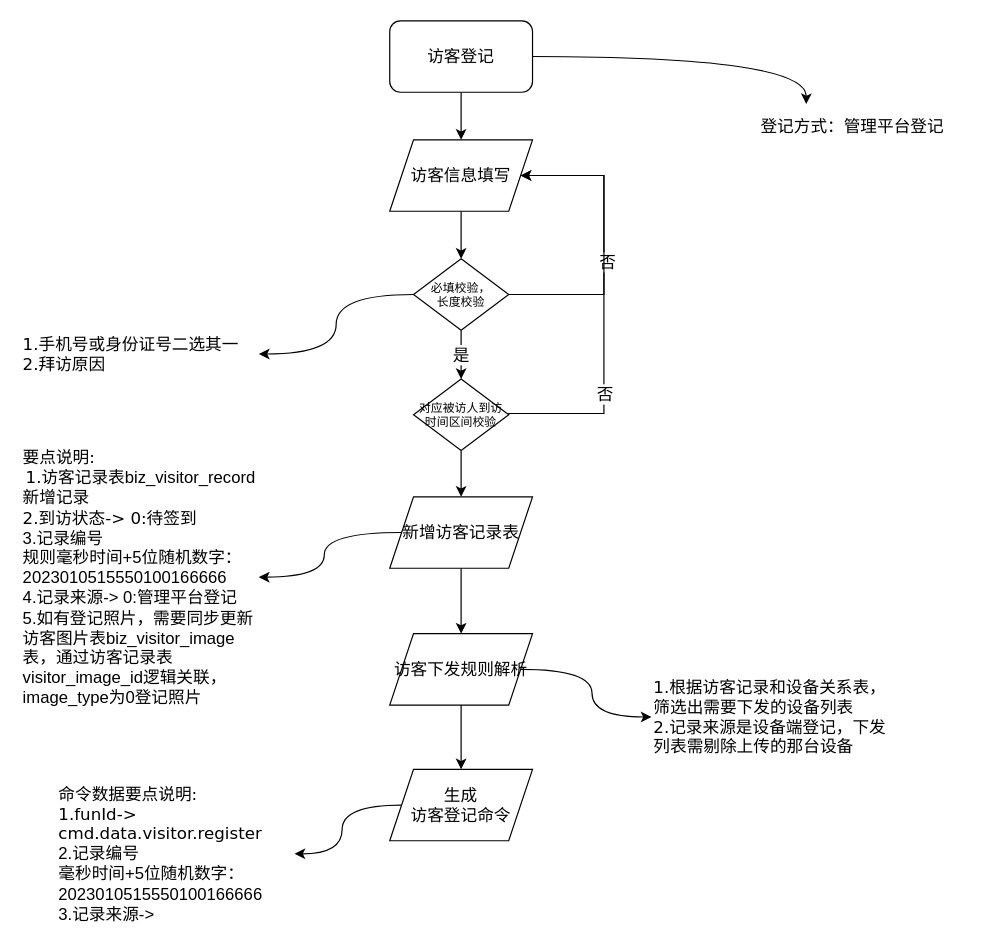
chwnjianhui/draw.io keeps this draw.io diagram as page "访客登记细化-管理平台登记" (3 of 13) of 访客功能-线下平台和设备交互流程.drawio. Above is the earlier version. Source tidied: cells renumbered, new cells numbered last; positions are measured from the earlier drawing's top-left corner, leaving out a move shared by most shapes. Both pictures are drawn from the tidied source at 119%, with x=0, y=0 at pixel (20, 20).
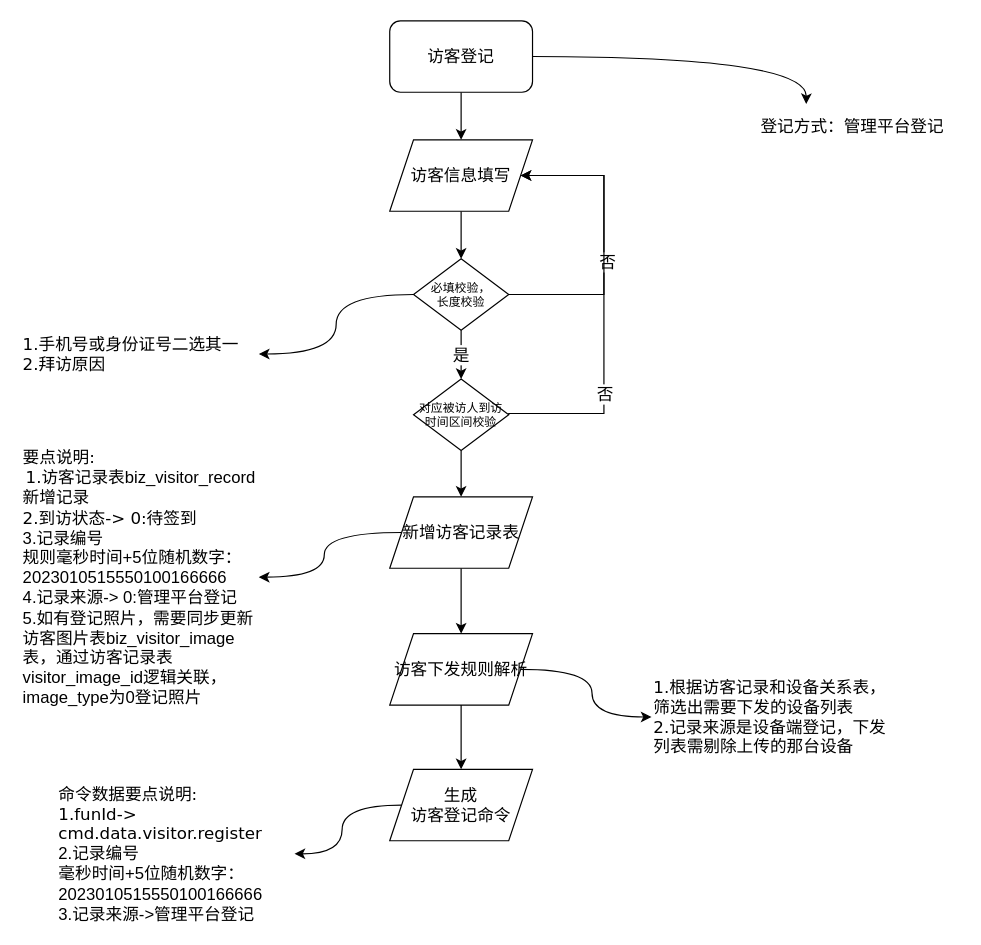
After the change.

The edit, as a diff of the source:
```diff
@@
-    <mxCell id="27" value="&lt;font face=&quot;Verdana&quot;&gt;命令数据要点说明:&lt;/font&gt;&lt;br&gt;&lt;font face=&quot;Verdana&quot;&gt;1.funId-&amp;gt; cmd.data.visitor.register&lt;br&gt;&lt;/font&gt;2.记录编号&lt;br&gt;毫秒时间+5位随机数字：2023010515550100166666&lt;br&gt;3.记录来源-&amp;gt;" style="text;html=1;strokeColor=none;fillColor=none;align=left;verticalAlign=middle;whiteSpace=wrap;rounded=0;fontSize=14;" parent="1" vertex="1">
+    <mxCell id="27" value="&lt;font face=&quot;Verdana&quot;&gt;命令数据要点说明:&lt;/font&gt;&lt;br&gt;&lt;font face=&quot;Verdana&quot;&gt;1.funId-&amp;gt; cmd.data.visitor.register&lt;br&gt;&lt;/font&gt;2.记录编号&lt;br&gt;毫秒时间+5位随机数字：2023010515550100166666&lt;br&gt;3.记录来源-&amp;gt;管理平台登记" style="text;html=1;strokeColor=none;fillColor=none;align=left;verticalAlign=middle;whiteSpace=wrap;rounded=0;fontSize=14;" parent="1" vertex="1">
       <mxGeometry x="30" y="645" width="200" height="110" as="geometry" />
     </mxCell>
```
